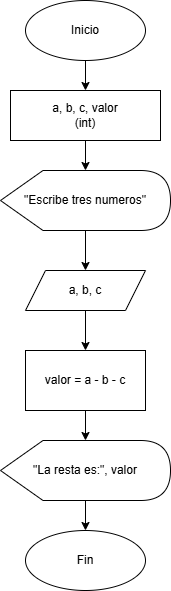
Above: chapter5/dfd/dfd5.12.10_2.png in UPclopezpAalgorithmsBook/solutions (draw.io), before the change. Source tidied: cells renumbered, new cells last; positions are measured from the earlier drawing's top-left corner, leaving out a move shared by most shapes.
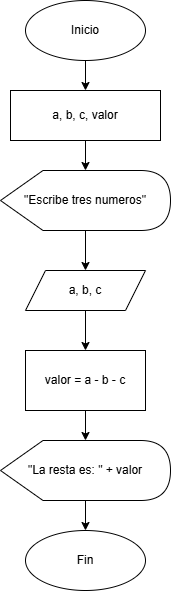
Later version of the same file.

What changed in the source:
```diff
@@ -2,7 +2,7 @@
   <root>
     <mxCell id="0" />
     <mxCell id="1" parent="0" />
-    <mxCell id="2" parent="1" edge="1" source="x">
+    <mxCell id="2" parent="1" edge="1">
       <mxGeometry relative="1" as="geometry">
         <mxPoint x="60" y="420" as="targetPoint" />
         <Array as="points">
@@ -11,12 +11,21 @@
         </Array>
       </mxGeometry>
     </mxCell>
+    <mxCell id="16" style="endArrow=classic;html=1;exitX=0;exitY=0.5;exitDx=0;exitDy=0;entryX=0;entryY=0.5;entryDx=0;entryDy=0;" parent="1" edge="1">
+      <mxGeometry relative="1" as="geometry">
+        <mxPoint x="60" y="240" as="targetPoint" />
+        <Array as="points">
+          <mxPoint y="480" />
+          <mxPoint y="240" />
+        </Array>
+      </mxGeometry>
+    </mxCell>
     <mxCell id="3" value="Inicio" style="ellipse;whiteSpace=wrap;html=1;" parent="1" vertex="1">
       <mxGeometry x="60" width="120" height="60" as="geometry" />
     </mxCell>
-    <mxCell id="4" value="a, b, c, valor&lt;br&gt;(int)" style="rounded=0;whiteSpace=wrap;html=1;" parent="1" vertex="1">
-      <mxGeometry x="45" y="90" width="150" height="50" as="geometry" />
-    </mxCell>
+    <mxCell id="17" value="a, b, c, valor" style="rounded=0;whiteSpace=wrap;html=1;" parent="1" vertex="1">
+      <mxGeometry x="45" y="90" width="150" height="50" as="geometry" />
+    </mxCell>
     <mxCell id="5" value="&quot;Escribe tres numeros&quot;" style="shape=display;whiteSpace=wrap;html=1;" parent="1" vertex="1">
       <mxGeometry x="35" y="170" width="170" height="60" as="geometry" />
     </mxCell>
@@ -26,29 +35,29 @@
     <mxCell id="7" value="valor = a - b - c" style="rounded=0;whiteSpace=wrap;html=1;" parent="1" vertex="1">
       <mxGeometry x="60" y="350" width="120" height="60" as="geometry" />
     </mxCell>
-    <mxCell id="8" value="&quot;La resta es:&quot;, valor" style="shape=display;whiteSpace=wrap;html=1;" parent="1" vertex="1">
-      <mxGeometry x="35" y="440" width="170" height="60" as="geometry" />
-    </mxCell>
+    <mxCell id="18" value="&quot;La resta es: &quot; + valor" style="shape=display;whiteSpace=wrap;html=1;" parent="1" vertex="1">
+      <mxGeometry x="35" y="440" width="170" height="60" as="geometry" />
+    </mxCell>
     <mxCell id="9" value="Fin" style="ellipse;whiteSpace=wrap;html=1;" parent="1" vertex="1">
       <mxGeometry x="60" y="530" width="120" height="60" as="geometry" />
     </mxCell>
-    <mxCell id="10" parent="1" edge="1" source="3" target="4">
-      <mxGeometry relative="1" as="geometry" />
-    </mxCell>
-    <mxCell id="11" parent="1" edge="1" source="4" target="5">
-      <mxGeometry relative="1" as="geometry" />
-    </mxCell>
+    <mxCell id="19" parent="1" edge="1" source="3" target="17">
+      <mxGeometry relative="1" as="geometry" />
+    </mxCell>
+    <mxCell id="20" parent="1" edge="1" source="17" target="5">
+      <mxGeometry relative="1" as="geometry" />
+    </mxCell>
     <mxCell id="12" parent="1" edge="1" source="5" target="6">
       <mxGeometry relative="1" as="geometry" />
     </mxCell>
     <mxCell id="13" parent="1" edge="1" source="6" target="7">
       <mxGeometry relative="1" as="geometry" />
     </mxCell>
-    <mxCell id="14" parent="1" edge="1" source="7" target="8">
-      <mxGeometry relative="1" as="geometry" />
-    </mxCell>
-    <mxCell id="15" parent="1" edge="1" source="8" target="9">
-      <mxGeometry relative="1" as="geometry" />
-    </mxCell>
+    <mxCell id="21" parent="1" edge="1" source="7" target="18">
+      <mxGeometry relative="1" as="geometry" />
+    </mxCell>
+    <mxCell id="22" parent="1" edge="1" source="18" target="9">
+      <mxGeometry relative="1" as="geometry" />
+    </mxCell>
   </root>
 </mxGraphModel>
```
